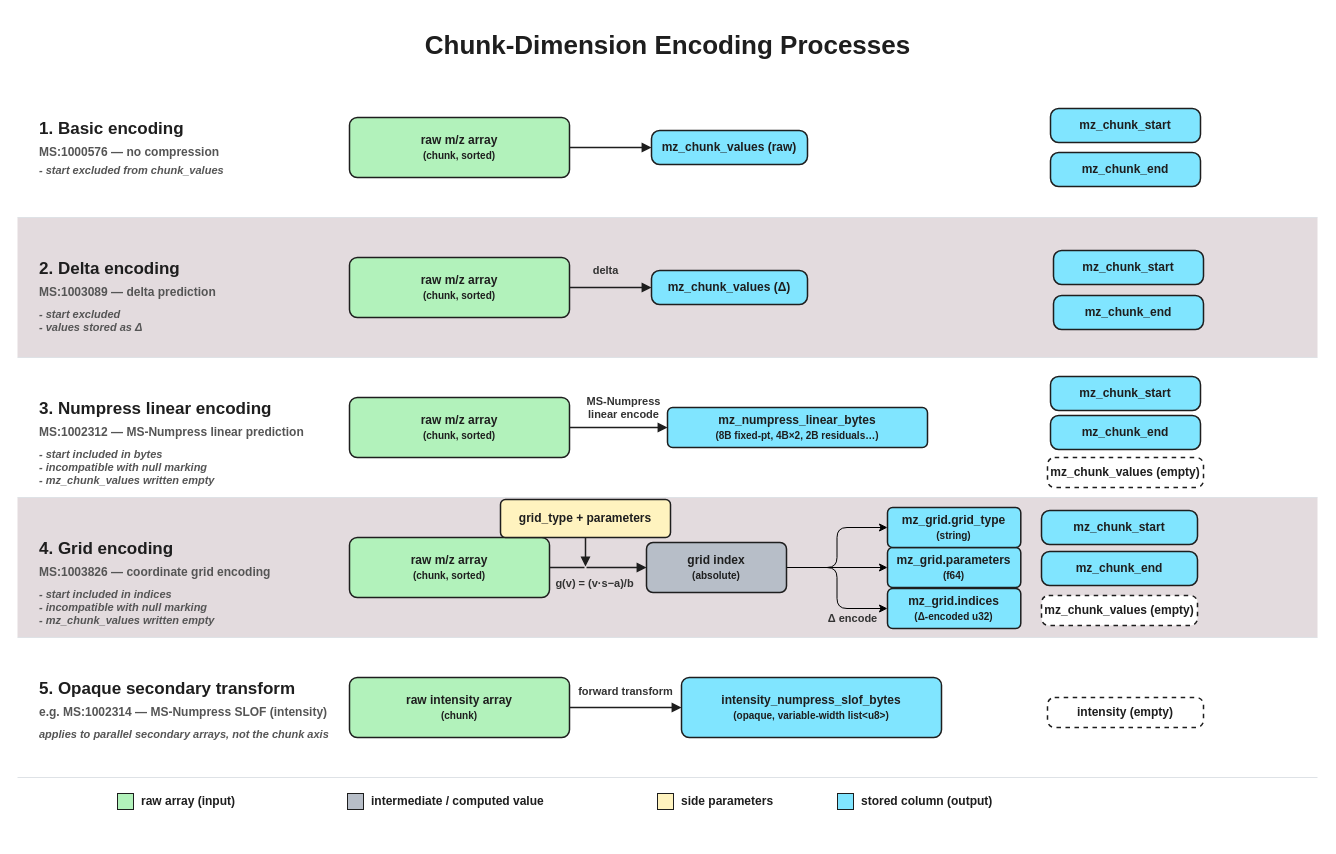
HUPO-PSI/mzPeak-specification keeps this draw.io diagram as docs/assets/img/chunk_encoding_processes.drawio. Above is the earlier version. Source tidied: cells renumbered, new cells numbered last; positions are measured from the earlier drawing's top-left corner, leaving out a move shared by most shapes. Both pictures are drawn from the tidied source at 100%, with x=0, y=0 at pixel (17, 17).
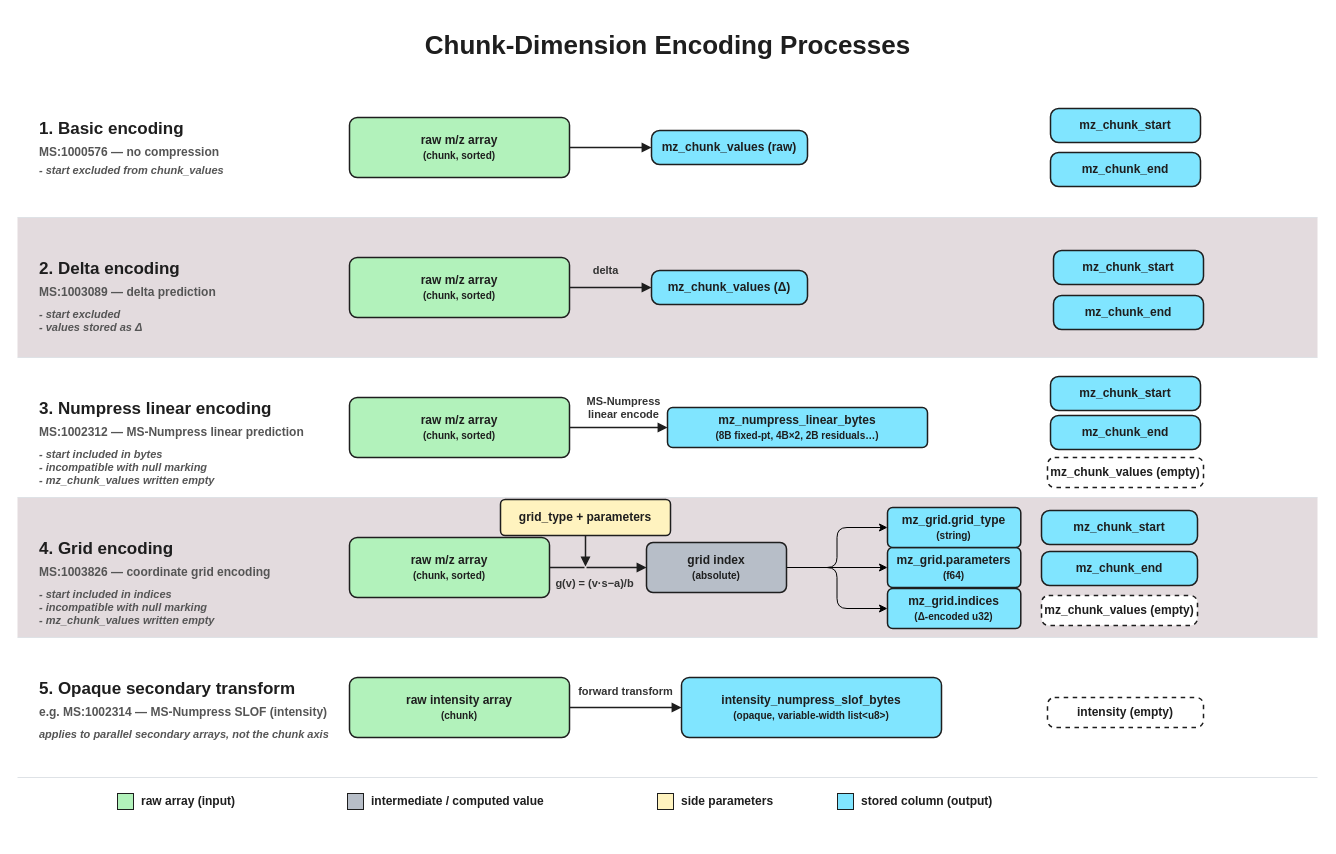
The same diagram, later.

What changed in the source:
```diff
@@
     <mxCell id="40" value="grid_type + parameters" style="rounded=1;arcSize=13;whiteSpace=wrap;html=1;fillColor=#fff3bf;strokeColor=#1e1e1e;strokeWidth=1.5;fontStyle=1;fontSize=12;fontFamily=Arial;fontColor=#1e1e1e;" parent="1" vertex="1">
-      <mxGeometry x="483" y="482" width="170" height="38" as="geometry" />
+      <mxGeometry x="483" y="482" width="170" height="36" as="geometry" />
     </mxCell>
@@
-    <mxCell id="51" value="Δ encode" style="text;html=1;align=center;verticalAlign=middle;fontStyle=1;fontSize=11;fontFamily=Arial;fontColor=#333333;" parent="1" vertex="1">
-      <mxGeometry x="800" y="591" width="70" height="20" as="geometry" />
-    </mxCell>
```
